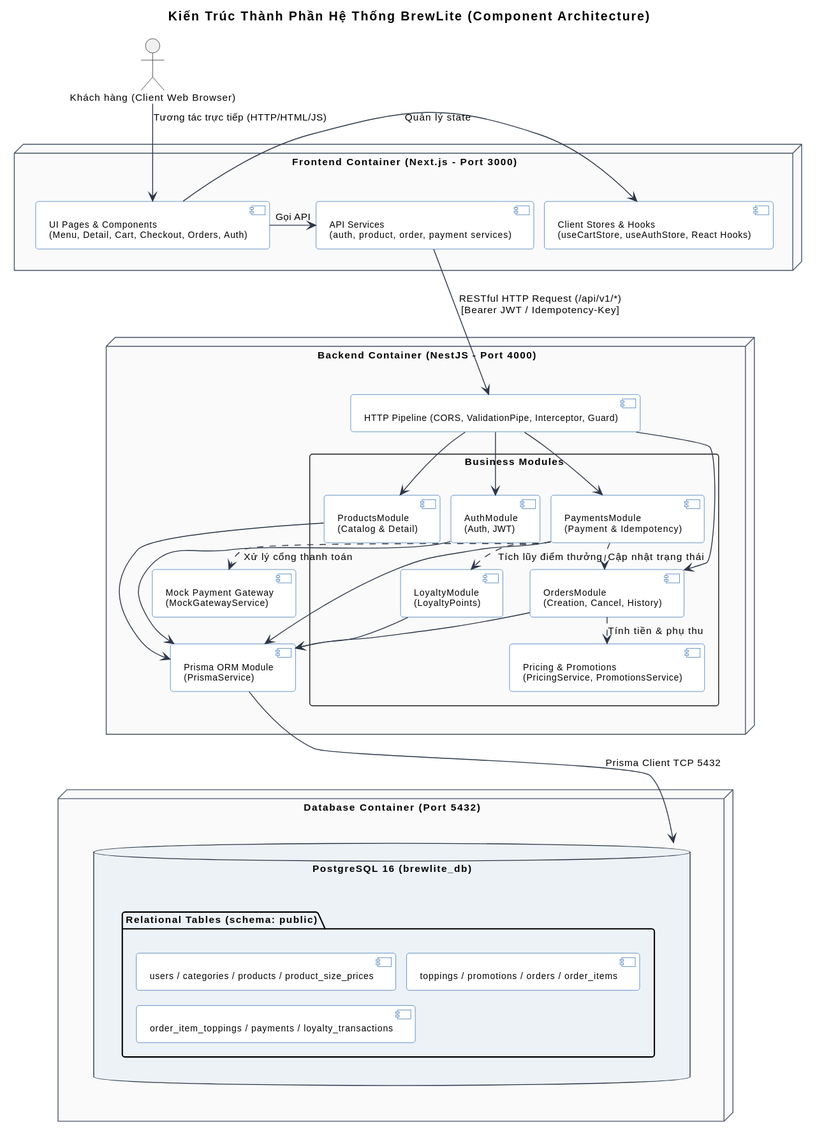
Earlier version of the PlantUML export docs/architecture/c4-container.svg (ChienPM-27/BrewLite_assignment2).
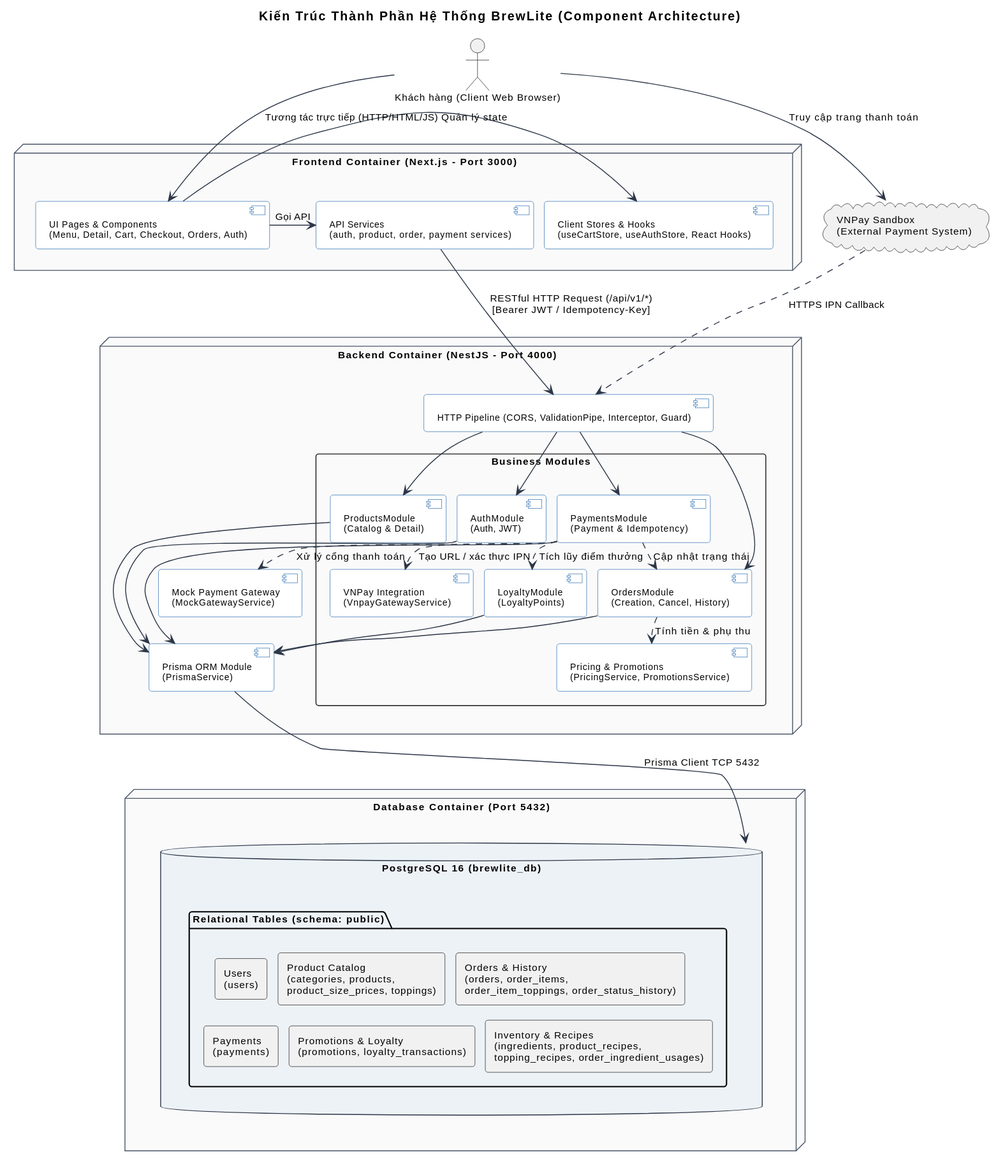
Above is the later version.

Commit message:
docs(sp1-03): sync AC codes, update C4 SVG and activity diagram

The edit, as a diff of the source:
```diff
@@ -45,6 +45,7 @@
         component [PaymentsModule\n(Payment & Idempotency)] as PaymentsMod
         component [Pricing & Promotions\n(PricingService, PromotionsService)] as PricingMod
         component [LoyaltyModule\n(LoyaltyPoints)] as LoyaltyMod
+        component [VNPay Integration\n(VnpayGatewayService)] as VNPayService
     }
 
     component [Prisma ORM Module\n(PrismaService)] as PrismaMod
@@ -54,12 +55,18 @@
 node "Database Container (Port 5432)" as DB_Node {
     database "PostgreSQL 16 (brewlite_db)" as PostgresDB {
         folder "Relational Tables (schema: public)" {
-            [users / categories / products / product_size_prices]
-            [toppings / promotions / orders / order_items]
-            [order_item_toppings / payments / loyalty_transactions]
+
+            rectangle "Users\n(users)" as UsersTables
+            rectangle "Product Catalog\n(categories, products,\nproduct_size_prices, toppings)" as CatalogTables
+            rectangle "Orders & History\n(orders, order_items,\norder_item_toppings, order_status_history)" as OrdersTables
+            rectangle "Payments\n(payments)" as PaymentTables
+            rectangle "Promotions & Loyalty\n(promotions, loyalty_transactions)" as LoyaltyTables
+            rectangle "Inventory & Recipes\n(ingredients, product_recipes,\ntopping_recipes, order_ingredient_usages)" as InventoryTables
         }
     }
 }
+
+cloud "VNPay Sandbox\n(External Payment System)" as VNPay
 
 Client --> UI : Tương tác trực tiếp (HTTP/HTML/JS)
 ApiClient --> Middleware : RESTful HTTP Request (/api/v1/*)\n[Bearer JWT / Idempotency-Key]
@@ -80,6 +87,9 @@
 PaymentsMod --> PrismaMod
 LoyaltyMod --> PrismaMod
 
+PaymentsMod ..> VNPayService : Tạo URL / xác thực IPN
+Client --> VNPay : Truy cập trang thanh toán
+VNPay ..> Middleware : HTTPS IPN Callback
 PrismaMod --> PostgresDB : Prisma Client TCP 5432
 
 FE_Node -[hidden]down-> BE_Node
```
